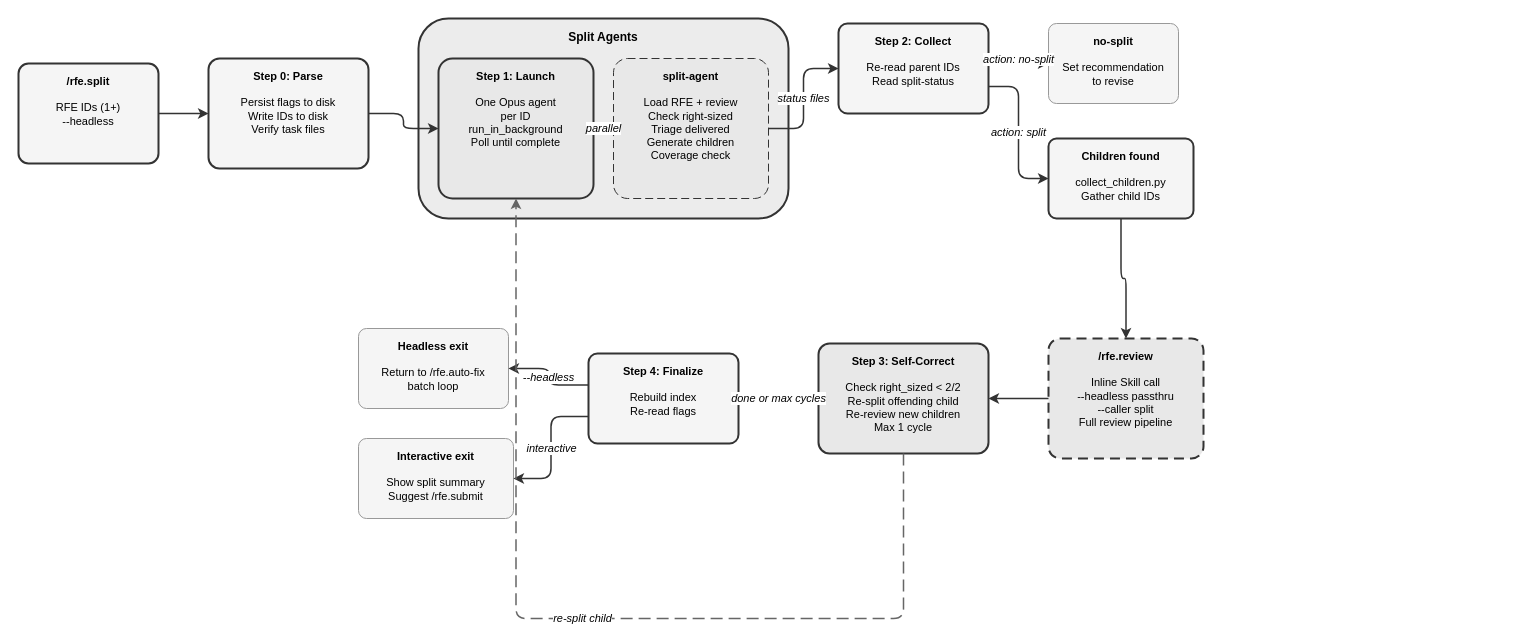
Earlier version of the draw.io diagram site/docs/plugins/rfe-creator/rfe.split.drawio (opendatahub-io/skills-registry). Source tidied: cells renumbered, new cells numbered last; positions are measured from the earlier drawing's top-left corner, leaving out a move shared by most shapes. Both pictures are drawn from the tidied source at 100%, with x=0, y=0 at pixel (18, 18).
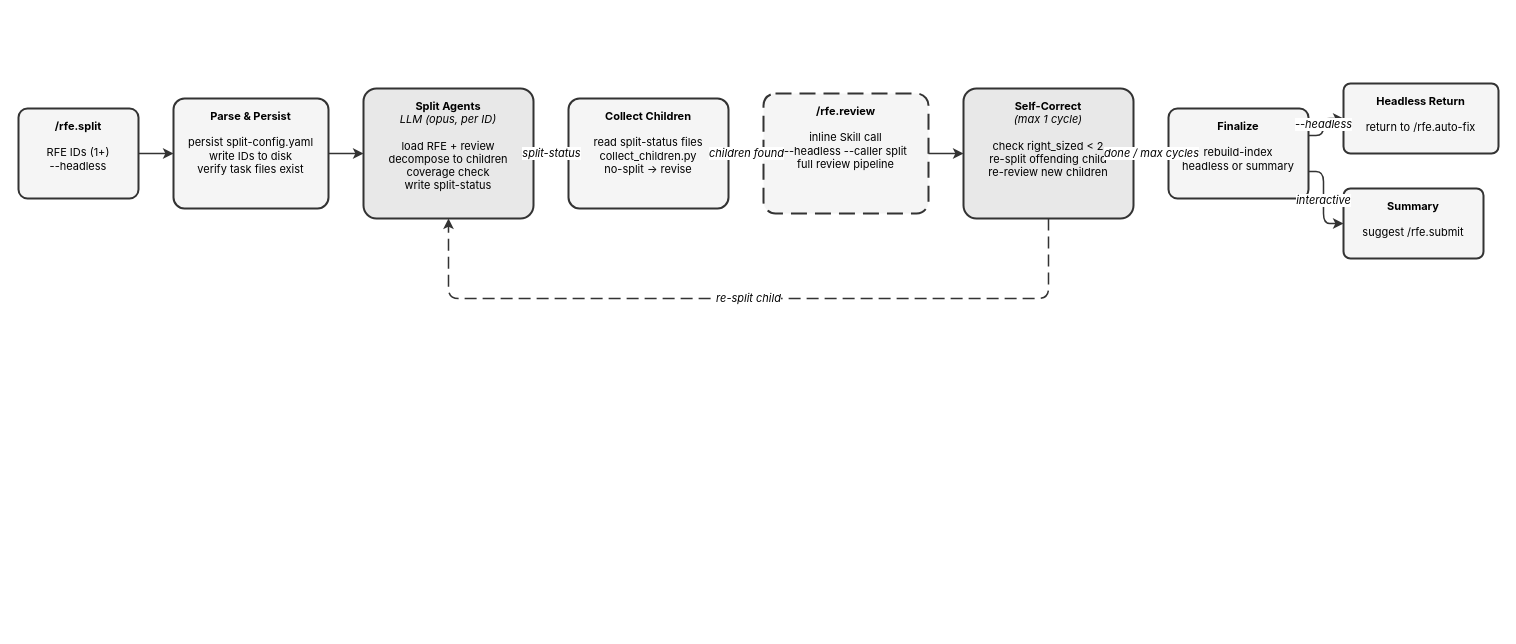
The same page after the edit.

Change to the diagram source:
```diff
@@
-    <mxCell id="2" value="&lt;b&gt;/rfe.split&lt;/b&gt;&lt;br&gt;&lt;br&gt;RFE IDs (1+)&lt;br&gt;--headless" style="rounded=1;whiteSpace=wrap;html=1;fillColor=#f5f5f5;strokeColor=#333333;strokeWidth=2;arcSize=10;verticalAlign=top;spacingTop=5;fontSize=11;" parent="1" vertex="1">
-      <mxGeometry y="45" width="140" height="100" as="geometry" />
+    <mxCell id="2" value="&lt;b&gt;/rfe.split&lt;/b&gt;&lt;br&gt;&lt;br&gt;RFE IDs (1+)&lt;br&gt;--headless" style="rounded=1;whiteSpace=wrap;html=1;fillColor=#f5f5f5;strokeColor=#333333;strokeWidth=2;arcSize=10;verticalAlign=top;spacingTop=5;fontSize=11;fontFamily=Inter,Helvetica,Arial,sans-serif;" parent="1" vertex="1">
+      <mxGeometry y="90" width="120" height="90" as="geometry" />
     </mxCell>
-    <mxCell id="3" value="&lt;b&gt;Step 0: Parse&lt;/b&gt;&lt;br&gt;&lt;br&gt;Persist flags to disk&lt;br&gt;Write IDs to disk&lt;br&gt;Verify task files" style="rounded=1;whiteSpace=wrap;html=1;fillColor=#f5f5f5;strokeColor=#333333;strokeWidth=2;arcSize=10;verticalAlign=top;spacingTop=5;fontSize=11;" parent="1" vertex="1">
-      <mxGeometry x="190" y="40" width="160" height="110" as="geometry" />
+    <mxCell id="3" value="&lt;b&gt;Parse &amp; Persist&lt;/b&gt;&lt;br&gt;&lt;br&gt;persist split-config.yaml&lt;br&gt;write IDs to disk&lt;br&gt;verify task files exist" style="rounded=1;whiteSpace=wrap;html=1;fillColor=#f5f5f5;strokeColor=#333333;strokeWidth=2;arcSize=10;verticalAlign=top;spacingTop=5;fontSize=11;fontFamily=Inter,Helvetica,Arial,sans-serif;" parent="1" vertex="1">
+      <mxGeometry x="155" y="80" width="155" height="110" as="geometry" />
     </mxCell>
-    <mxCell id="4" value="&lt;b&gt;Split Agents&lt;/b&gt;" style="rounded=1;whiteSpace=wrap;html=1;fillColor=#ececec;strokeColor=#333333;strokeWidth=2;verticalAlign=top;spacingTop=5;fontSize=12;fontStyle=1;" parent="1" vertex="1">
-      <mxGeometry x="400" width="370" height="200" as="geometry" />
-    </mxCell>
-    <mxCell id="5" value="&lt;b&gt;Step 1: Launch&lt;/b&gt;&lt;br&gt;&lt;br&gt;One Opus agent&lt;br&gt;per ID&lt;br&gt;run_in_background&lt;br&gt;Poll until complete" style="rounded=1;whiteSpace=wrap;html=1;fillColor=#e8e8e8;strokeColor=#333333;strokeWidth=2;arcSize=10;verticalAlign=top;spacingTop=5;fontSize=11;" parent="4" vertex="1">
-      <mxGeometry x="20" y="40" width="155" height="140" as="geometry" />
-    </mxCell>
-    <mxCell id="6" value="&lt;b&gt;split-agent&lt;/b&gt;&lt;br&gt;&lt;br&gt;Load RFE + review&lt;br&gt;Check right-sized&lt;br&gt;Triage delivered&lt;br&gt;Generate children&lt;br&gt;Coverage check" style="rounded=1;whiteSpace=wrap;html=1;fillColor=#e8e8e8;strokeColor=#333333;strokeWidth=1;arcSize=10;dashed=1;dashPattern=8 4;verticalAlign=top;spacingTop=5;fontSize=11;" parent="4" vertex="1">
-      <mxGeometry x="195" y="40" width="155" height="140" as="geometry" />
-    </mxCell>
+    <mxCell id="27" value="&lt;b&gt;Split Agents&lt;/b&gt;&lt;br&gt;&lt;i&gt;LLM (opus, per ID)&lt;/i&gt;&lt;br&gt;&lt;br&gt;load RFE + review&lt;br&gt;decompose to children&lt;br&gt;coverage check&lt;br&gt;write split-status" style="rounded=1;whiteSpace=wrap;html=1;fillColor=#e8e8e8;strokeColor=#333333;strokeWidth=2;arcSize=10;verticalAlign=top;spacingTop=5;fontSize=11;fontFamily=Inter,Helvetica,Arial,sans-serif;" parent="1" vertex="1">
+      <mxGeometry x="345" y="70" width="170" height="130" as="geometry" />
+    </mxCell>
-    <mxCell id="7" value="&lt;b&gt;Step 2: Collect&lt;/b&gt;&lt;br&gt;&lt;br&gt;Re-read parent IDs&lt;br&gt;Read split-status" style="rounded=1;whiteSpace=wrap;html=1;fillColor=#f5f5f5;strokeColor=#333333;strokeWidth=2;arcSize=10;verticalAlign=top;spacingTop=5;fontSize=11;" parent="1" vertex="1">
-      <mxGeometry x="820" y="5" width="150" height="90" as="geometry" />
+    <mxCell id="7" value="&lt;b&gt;Collect Children&lt;/b&gt;&lt;br&gt;&lt;br&gt;read split-status files&lt;br&gt;collect_children.py&lt;br&gt;no-split &amp;rarr; revise" style="rounded=1;whiteSpace=wrap;html=1;fillColor=#f5f5f5;strokeColor=#333333;strokeWidth=2;arcSize=10;verticalAlign=top;spacingTop=5;fontSize=11;fontFamily=Inter,Helvetica,Arial,sans-serif;" parent="1" vertex="1">
+      <mxGeometry x="550" y="80" width="160" height="110" as="geometry" />
     </mxCell>
-    <mxCell id="8" value="&lt;b&gt;no-split&lt;/b&gt;&lt;br&gt;&lt;br&gt;Set recommendation&lt;br&gt;to revise" style="rounded=1;whiteSpace=wrap;html=1;fillColor=#f5f5f5;strokeColor=#999999;strokeWidth=1;arcSize=10;verticalAlign=top;spacingTop=5;fontSize=11;" parent="1" vertex="1">
-      <mxGeometry x="1030" y="5" width="130" height="80" as="geometry" />
-    </mxCell>
-    <mxCell id="9" value="&lt;b&gt;Children found&lt;/b&gt;&lt;br&gt;&lt;br&gt;collect_children.py&lt;br&gt;Gather child IDs" style="rounded=1;whiteSpace=wrap;html=1;fillColor=#f5f5f5;strokeColor=#333333;strokeWidth=2;arcSize=10;verticalAlign=top;spacingTop=5;fontSize=11;" parent="1" vertex="1">
-      <mxGeometry x="1030" y="120" width="145" height="80" as="geometry" />
-    </mxCell>
-    <mxCell id="10" value="&lt;b&gt;/rfe.review&lt;/b&gt;&lt;br&gt;&lt;br&gt;Inline Skill call&lt;br&gt;--headless passthru&lt;br&gt;--caller split&lt;br&gt;Full review pipeline" style="rounded=1;whiteSpace=wrap;html=1;fillColor=#e8e8e8;strokeColor=#333333;strokeWidth=2;arcSize=10;dashed=1;dashPattern=5 3;verticalAlign=top;spacingTop=5;fontSize=11;" parent="1" vertex="1">
-      <mxGeometry x="1030" y="320" width="155" height="120" as="geometry" />
-    </mxCell>
+    <mxCell id="28" value="&lt;b&gt;/rfe.review&lt;/b&gt;&lt;br&gt;&lt;br&gt;inline Skill call&lt;br&gt;--headless --caller split&lt;br&gt;full review pipeline" style="rounded=1;whiteSpace=wrap;html=1;fillColor=#f5f5f5;strokeColor=#333333;strokeWidth=2;arcSize=10;dashed=1;dashPattern=8 4;verticalAlign=top;spacingTop=5;fontSize=11;fontFamily=Inter,Helvetica,Arial,sans-serif;" parent="1" vertex="1">
+      <mxGeometry x="745" y="75" width="165" height="120" as="geometry" />
+    </mxCell>
-    <mxCell id="11" value="&lt;b&gt;Step 3: Self-Correct&lt;/b&gt;&lt;br&gt;&lt;br&gt;Check right_sized &amp;lt; 2/2&lt;br&gt;Re-split offending child&lt;br&gt;Re-review new children&lt;br&gt;Max 1 cycle" style="rounded=1;whiteSpace=wrap;html=1;fillColor=#e8e8e8;strokeColor=#333333;strokeWidth=2;arcSize=10;verticalAlign=top;spacingTop=5;fontSize=11;" parent="1" vertex="1">
-      <mxGeometry x="800" y="325" width="170" height="110" as="geometry" />
+    <mxCell id="11" value="&lt;b&gt;Self-Correct&lt;/b&gt;&lt;br&gt;&lt;i&gt;(max 1 cycle)&lt;/i&gt;&lt;br&gt;&lt;br&gt;check right_sized &lt; 2&lt;br&gt;re-split offending child&lt;br&gt;re-review new children" style="rounded=1;whiteSpace=wrap;html=1;fillColor=#e8e8e8;strokeColor=#333333;strokeWidth=2;arcSize=10;verticalAlign=top;spacingTop=5;fontSize=11;fontFamily=Inter,Helvetica,Arial,sans-serif;" parent="1" vertex="1">
+      <mxGeometry x="945" y="70" width="170" height="130" as="geometry" />
     </mxCell>
-    <mxCell id="12" value="&lt;b&gt;Step 4: Finalize&lt;/b&gt;&lt;br&gt;&lt;br&gt;Rebuild index&lt;br&gt;Re-read flags" style="rounded=1;whiteSpace=wrap;html=1;fillColor=#f5f5f5;strokeColor=#333333;strokeWidth=2;arcSize=10;verticalAlign=top;spacingTop=5;fontSize=11;" parent="1" vertex="1">
-      <mxGeometry x="570" y="335" width="150" height="90" as="geometry" />
+    <mxCell id="12" value="&lt;b&gt;Finalize&lt;/b&gt;&lt;br&gt;&lt;br&gt;rebuild-index&lt;br&gt;headless or summary" style="rounded=1;whiteSpace=wrap;html=1;fillColor=#f5f5f5;strokeColor=#333333;strokeWidth=2;arcSize=10;verticalAlign=top;spacingTop=5;fontSize=11;fontFamily=Inter,Helvetica,Arial,sans-serif;" parent="1" vertex="1">
+      <mxGeometry x="1150" y="90" width="140" height="90" as="geometry" />
     </mxCell>
-    <mxCell id="13" value="&lt;b&gt;Headless exit&lt;/b&gt;&lt;br&gt;&lt;br&gt;Return to /rfe.auto-fix&lt;br&gt;batch loop" style="rounded=1;whiteSpace=wrap;html=1;fillColor=#f5f5f5;strokeColor=#999999;strokeWidth=1;arcSize=10;verticalAlign=top;spacingTop=5;fontSize=11;" parent="1" vertex="1">
-      <mxGeometry x="340" y="310" width="150" height="80" as="geometry" />
+    <mxCell id="13" value="&lt;b&gt;Headless Return&lt;/b&gt;&lt;br&gt;&lt;br&gt;return to /rfe.auto-fix" style="rounded=1;whiteSpace=wrap;html=1;fillColor=#f5f5f5;strokeColor=#333333;strokeWidth=2;arcSize=10;verticalAlign=top;spacingTop=5;fontSize=11;fontFamily=Inter,Helvetica,Arial,sans-serif;" parent="1" vertex="1">
+      <mxGeometry x="1325" y="65" width="155" height="70" as="geometry" />
     </mxCell>
-    <mxCell id="14" value="&lt;b&gt;Interactive exit&lt;/b&gt;&lt;br&gt;&lt;br&gt;Show split summary&lt;br&gt;Suggest /rfe.submit" style="rounded=1;whiteSpace=wrap;html=1;fillColor=#f5f5f5;strokeColor=#999999;strokeWidth=1;arcSize=10;verticalAlign=top;spacingTop=5;fontSize=11;" parent="1" vertex="1">
-      <mxGeometry x="340" y="420" width="155" height="80" as="geometry" />
+    <mxCell id="14" value="&lt;b&gt;Summary&lt;/b&gt;&lt;br&gt;&lt;br&gt;suggest /rfe.submit" style="rounded=1;whiteSpace=wrap;html=1;fillColor=#f5f5f5;strokeColor=#333333;strokeWidth=2;arcSize=10;verticalAlign=top;spacingTop=5;fontSize=11;fontFamily=Inter,Helvetica,Arial,sans-serif;" parent="1" vertex="1">
+      <mxGeometry x="1325" y="170" width="140" height="70" as="geometry" />
     </mxCell>
-    <mxCell id="15" style="edgeStyle=orthogonalEdgeStyle;rounded=1;strokeColor=#333333;strokeWidth=1.5;html=1;exitX=1;exitY=0.5;exitDx=0;exitDy=0;entryX=0;entryY=0.5;entryDx=0;entryDy=0;" parent="1" edge="1" source="2" target="3">
+    <mxCell id="15" style="edgeStyle=orthogonalEdgeStyle;rounded=1;strokeColor=#333333;strokeWidth=1.5;html=1;fontFamily=Inter,Helvetica,Arial,sans-serif;exitX=1;exitY=0.5;exitDx=0;exitDy=0;entryX=0;entryY=0.5;entryDx=0;entryDy=0;" parent="1" edge="1" source="2" target="3">
       <mxGeometry relative="1" as="geometry" />
     </mxCell>
-    <mxCell id="16" style="edgeStyle=orthogonalEdgeStyle;rounded=1;strokeColor=#333333;strokeWidth=1.5;html=1;exitX=1;exitY=0.5;exitDx=0;exitDy=0;entryX=0;entryY=0.5;entryDx=0;entryDy=0;" parent="1" edge="1" source="3" target="5">
+    <mxCell id="16" style="edgeStyle=orthogonalEdgeStyle;rounded=1;strokeColor=#333333;strokeWidth=1.5;html=1;fontFamily=Inter,Helvetica,Arial,sans-serif;exitX=1;exitY=0.5;exitDx=0;exitDy=0;entryX=0;entryY=0.5;entryDx=0;entryDy=0;" parent="1" edge="1" source="3" target="27">
       <mxGeometry relative="1" as="geometry" />
     </mxCell>
-    <mxCell id="17" value="parallel" style="edgeStyle=orthogonalEdgeStyle;rounded=1;strokeColor=#333333;strokeWidth=1.5;dashed=1;dashPattern=8 4;html=1;fontStyle=2;fontSize=11;exitX=1;exitY=0.5;exitDx=0;exitDy=0;entryX=0;entryY=0.5;entryDx=0;entryDy=0;" parent="1" edge="1" source="5" target="6">
+    <mxCell id="17" value="split-status" style="edgeStyle=orthogonalEdgeStyle;rounded=1;strokeColor=#333333;strokeWidth=1.5;html=1;fontStyle=2;fontSize=11;fontFamily=Inter,Helvetica,Arial,sans-serif;exitX=1;exitY=0.5;exitDx=0;exitDy=0;entryX=0;entryY=0.5;entryDx=0;entryDy=0;" parent="1" edge="1" source="27" target="7">
       <mxGeometry relative="1" as="geometry" />
     </mxCell>
-    <mxCell id="18" value="status files" style="edgeStyle=orthogonalEdgeStyle;rounded=1;strokeColor=#333333;strokeWidth=1.5;html=1;fontStyle=2;fontSize=11;exitX=1;exitY=0.5;exitDx=0;exitDy=0;entryX=0;entryY=0.5;entryDx=0;entryDy=0;" parent="1" edge="1" source="6" target="7">
+    <mxCell id="18" value="children found" style="edgeStyle=orthogonalEdgeStyle;rounded=1;strokeColor=#333333;strokeWidth=1.5;html=1;fontStyle=2;fontSize=11;fontFamily=Inter,Helvetica,Arial,sans-serif;exitX=1;exitY=0.5;exitDx=0;exitDy=0;entryX=0;entryY=0.5;entryDx=0;entryDy=0;" parent="1" edge="1" source="7" target="28">
       <mxGeometry relative="1" as="geometry" />
     </mxCell>
-    <mxCell id="19" value="action: no-split" style="edgeStyle=orthogonalEdgeStyle;rounded=1;strokeColor=#333333;strokeWidth=1.5;html=1;fontStyle=2;fontSize=11;exitX=1;exitY=0.35;exitDx=0;exitDy=0;entryX=0;entryY=0.5;entryDx=0;entryDy=0;" parent="1" edge="1" source="7" target="8">
-      <mxGeometry relative="1" as="geometry" />
-    </mxCell>
-    <mxCell id="20" value="action: split" style="edgeStyle=orthogonalEdgeStyle;rounded=1;strokeColor=#333333;strokeWidth=1.5;html=1;fontStyle=2;fontSize=11;exitX=1;exitY=0.7;exitDx=0;exitDy=0;entryX=0;entryY=0.5;entryDx=0;entryDy=0;" parent="1" edge="1" source="7" target="9">
-      <mxGeometry relative="1" as="geometry" />
-    </mxCell>
+    <mxCell id="29" style="edgeStyle=orthogonalEdgeStyle;rounded=1;strokeColor=#333333;strokeWidth=1.5;html=1;fontFamily=Inter,Helvetica,Arial,sans-serif;exitX=1;exitY=0.5;exitDx=0;exitDy=0;entryX=0;entryY=0.5;entryDx=0;entryDy=0;" parent="1" edge="1" source="28" target="11">
+      <mxGeometry relative="1" as="geometry" />
+    </mxCell>
-    <mxCell id="21" style="edgeStyle=orthogonalEdgeStyle;rounded=1;strokeColor=#333333;strokeWidth=1.5;html=1;exitX=0.5;exitY=1;exitDx=0;exitDy=0;entryX=0.5;entryY=0;entryDx=0;entryDy=0;" parent="1" edge="1" source="9" target="10">
-      <mxGeometry relative="1" as="geometry" />
+    <mxCell id="21" value="re-split child" style="edgeStyle=orthogonalEdgeStyle;rounded=1;strokeColor=#333333;strokeWidth=1.5;dashed=1;dashPattern=8 4;html=1;fontStyle=2;fontSize=11;fontFamily=Inter,Helvetica,Arial,sans-serif;exitX=0.5;exitY=1;exitDx=0;exitDy=0;entryX=0.5;entryY=1;entryDx=0;entryDy=0;" parent="1" edge="1" source="11" target="27">
+      <mxGeometry relative="1" as="geometry">
+        <Array as="points">
+          <mxPoint x="1030" y="280" />
+          <mxPoint x="430" y="280" />
+        </Array>
+      </mxGeometry>
     </mxCell>
-    <mxCell id="22" style="edgeStyle=orthogonalEdgeStyle;rounded=1;strokeColor=#333333;strokeWidth=1.5;html=1;exitX=0;exitY=0.5;exitDx=0;exitDy=0;entryX=1;entryY=0.5;entryDx=0;entryDy=0;" parent="1" edge="1" source="10" target="11">
+    <mxCell id="22" value="done / max cycles" style="edgeStyle=orthogonalEdgeStyle;rounded=1;strokeColor=#333333;strokeWidth=1.5;html=1;fontStyle=2;fontSize=11;fontFamily=Inter,Helvetica,Arial,sans-serif;exitX=1;exitY=0.5;exitDx=0;exitDy=0;entryX=0;entryY=0.5;entryDx=0;entryDy=0;" parent="1" edge="1" source="11" target="12">
       <mxGeometry relative="1" as="geometry" />
     </mxCell>
-    <mxCell id="23" value="done or max cycles" style="edgeStyle=orthogonalEdgeStyle;rounded=1;strokeColor=#333333;strokeWidth=1.5;html=1;fontStyle=2;fontSize=11;exitX=0;exitY=0.5;exitDx=0;exitDy=0;entryX=1;entryY=0.5;entryDx=0;entryDy=0;" parent="1" edge="1" source="11" target="12">
-      <mxGeometry relative="1" as="geometry" />
+    <mxCell id="23" value="--headless" style="edgeStyle=orthogonalEdgeStyle;rounded=1;strokeColor=#333333;strokeWidth=1.5;html=1;fontStyle=2;fontSize=11;fontFamily=Inter,Helvetica,Arial,sans-serif;exitX=1;exitY=0.3;exitDx=0;exitDy=0;entryX=0;entryY=0.5;entryDx=0;entryDy=0;" parent="1" edge="1" source="12" target="13">
+      <mxGeometry relative="1" as="geometry">
+        <Array as="points">
+          <mxPoint x="1305" y="117" />
+          <mxPoint x="1305" y="100" />
+        </Array>
+      </mxGeometry>
     </mxCell>
-    <mxCell id="24" value="--headless" style="edgeStyle=orthogonalEdgeStyle;rounded=1;strokeColor=#333333;strokeWidth=1.5;html=1;fontStyle=2;fontSize=11;exitX=0;exitY=0.35;exitDx=0;exitDy=0;entryX=1;entryY=0.5;entryDx=0;entryDy=0;" parent="1" edge="1" source="12" target="13">
-      <mxGeometry relative="1" as="geometry" />
-    </mxCell>
-    <mxCell id="25" value="interactive" style="edgeStyle=orthogonalEdgeStyle;rounded=1;strokeColor=#333333;strokeWidth=1.5;html=1;fontStyle=2;fontSize=11;exitX=0;exitY=0.7;exitDx=0;exitDy=0;entryX=1;entryY=0.5;entryDx=0;entryDy=0;" parent="1" edge="1" source="12" target="14">
-      <mxGeometry relative="1" as="geometry" />
+    <mxCell id="25" value="interactive" style="edgeStyle=orthogonalEdgeStyle;rounded=1;strokeColor=#333333;strokeWidth=1.5;html=1;fontStyle=2;fontSize=11;fontFamily=Inter,Helvetica,Arial,sans-serif;exitX=1;exitY=0.7;exitDx=0;exitDy=0;entryX=0;entryY=0.5;entryDx=0;entryDy=0;" parent="1" edge="1" source="12" target="14">
+      <mxGeometry relative="1" as="geometry">
+        <Array as="points">
+          <mxPoint x="1305" y="153" />
+          <mxPoint x="1305" y="205" />
+        </Array>
+      </mxGeometry>
     </mxCell>
-    <mxCell id="26" value="re-split child" style="edgeStyle=orthogonalEdgeStyle;rounded=1;strokeColor=#666666;strokeWidth=1.5;dashed=1;dashPattern=8 4;html=1;fontStyle=2;fontSize=11;exitX=0.5;exitY=1;exitDx=0;exitDy=0;entryX=0.5;entryY=1;entryDx=0;entryDy=0;exitX=0.5;exitY=1;exitDx=0;exitDy=0;entryX=0.5;entryY=1;entryDx=0;entryDy=0;" parent="1" edge="1" source="11" target="5">
-      <mxGeometry relative="1" as="geometry">
-        <Array as="points">
-          <mxPoint x="885" y="600" />
-          <mxPoint x="498" y="600" />
-        </Array>
-      </mxGeometry>
-    </mxCell>
```
